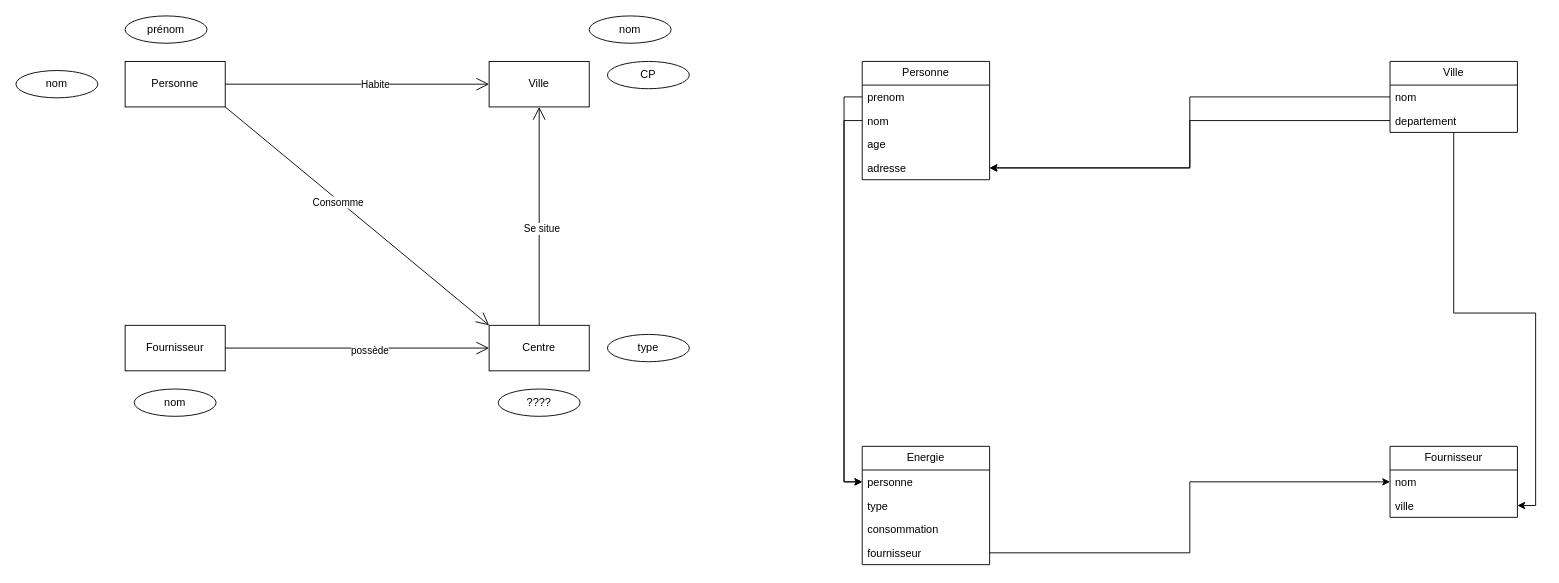
Earlier version of the draw.io diagram Diagramme sans nom.drawio (FlagHunter01/school-database). Source tidied: cells renumbered, new cells numbered last; positions are measured from the earlier drawing's top-left corner, leaving out a move shared by most shapes. Both pictures are drawn from the tidied source at 91%, with x=0, y=0 at pixel (15, 15).
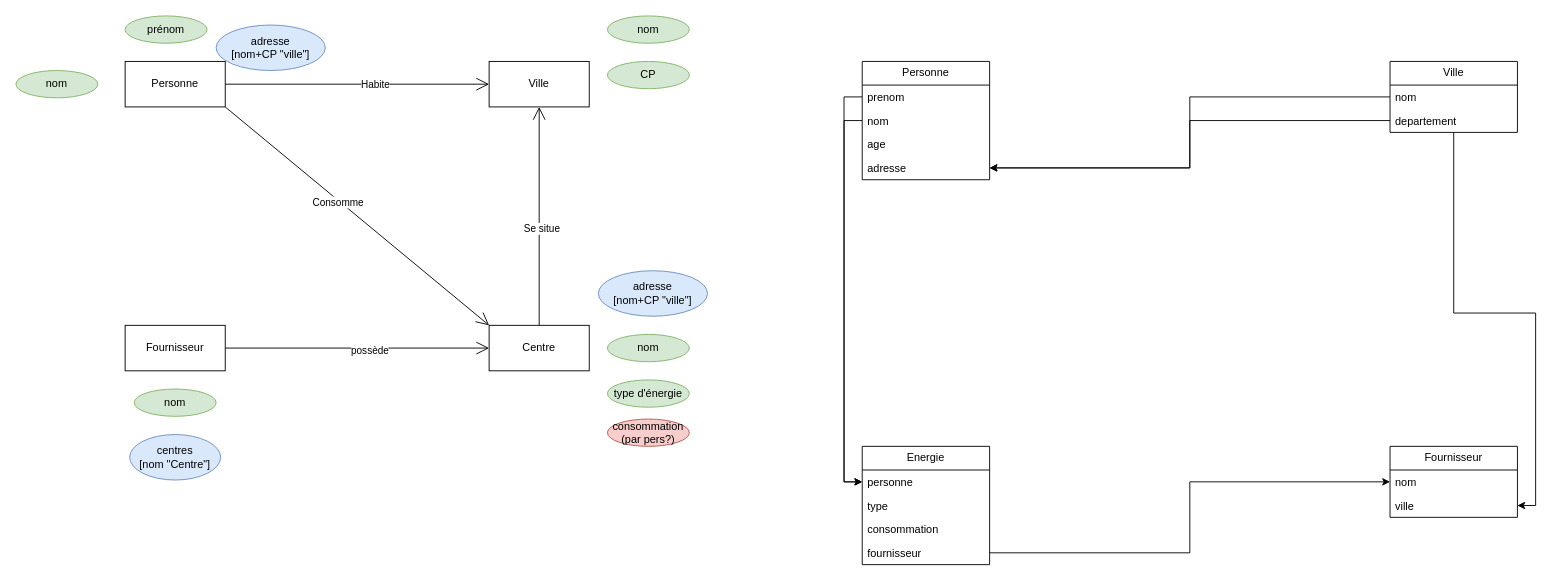
Above is the later version.

Commit message (it also covers changes not shown here):
Mettre à jour Diagramme sans nom.drawio

Change to the diagram source:
```diff
@@
-    <mxCell id="36" value="prénom" style="ellipse;whiteSpace=wrap;html=1;" parent="1" vertex="1">
+    <mxCell id="36" value="prénom" style="ellipse;whiteSpace=wrap;html=1;fillColor=#d5e8d4;strokeColor=#82b366;" parent="1" vertex="1">
       <mxGeometry x="120" width="90" height="30" as="geometry" />
     </mxCell>
-    <mxCell id="37" value="nom" style="ellipse;whiteSpace=wrap;html=1;" parent="1" vertex="1">
+    <mxCell id="37" value="nom" style="ellipse;whiteSpace=wrap;html=1;fillColor=#d5e8d4;strokeColor=#82b366;" parent="1" vertex="1">
       <mxGeometry y="60" width="90" height="30" as="geometry" />
     </mxCell>
-    <mxCell id="38" value="????" style="ellipse;whiteSpace=wrap;html=1;" parent="1" vertex="1">
-      <mxGeometry x="530" y="410" width="90" height="30" as="geometry" />
+    <mxCell id="38" value="consommation (par pers?)" style="ellipse;whiteSpace=wrap;html=1;fillColor=#f8cecc;strokeColor=#b85450;" parent="1" vertex="1">
+      <mxGeometry x="650" y="443" width="90" height="30" as="geometry" />
     </mxCell>
-    <mxCell id="39" value="nom" style="ellipse;whiteSpace=wrap;html=1;" parent="1" vertex="1">
+    <mxCell id="39" value="nom" style="ellipse;whiteSpace=wrap;html=1;fillColor=#d5e8d4;strokeColor=#82b366;" parent="1" vertex="1">
       <mxGeometry x="130" y="410" width="90" height="30" as="geometry" />
     </mxCell>
-    <mxCell id="40" value="type" style="ellipse;whiteSpace=wrap;html=1;" parent="1" vertex="1">
-      <mxGeometry x="650" y="350" width="90" height="30" as="geometry" />
+    <mxCell id="40" value="type d'énergie" style="ellipse;whiteSpace=wrap;html=1;fillColor=#d5e8d4;strokeColor=#82b366;" parent="1" vertex="1">
+      <mxGeometry x="650" y="400" width="90" height="30" as="geometry" />
     </mxCell>
-    <mxCell id="41" value="CP" style="ellipse;whiteSpace=wrap;html=1;" parent="1" vertex="1">
+    <mxCell id="41" value="CP" style="ellipse;whiteSpace=wrap;html=1;fillColor=#d5e8d4;strokeColor=#82b366;" parent="1" vertex="1">
       <mxGeometry x="650" y="50" width="90" height="30" as="geometry" />
     </mxCell>
-    <mxCell id="42" value="nom" style="ellipse;whiteSpace=wrap;html=1;" parent="1" vertex="1">
-      <mxGeometry x="630" width="90" height="30" as="geometry" />
+    <mxCell id="42" value="nom" style="ellipse;whiteSpace=wrap;html=1;fillColor=#d5e8d4;strokeColor=#82b366;" parent="1" vertex="1">
+      <mxGeometry x="650" width="90" height="30" as="geometry" />
     </mxCell>
+    <mxCell id="43" value="nom" style="ellipse;whiteSpace=wrap;html=1;fillColor=#d5e8d4;strokeColor=#82b366;" parent="1" vertex="1">
+      <mxGeometry x="650" y="350" width="90" height="30" as="geometry" />
+    </mxCell>
+    <mxCell id="44" value="&lt;div&gt;adresse&lt;/div&gt;&lt;div&gt;[nom+CP &quot;ville&quot;]&lt;br&gt;&lt;/div&gt;" style="ellipse;whiteSpace=wrap;html=1;fillColor=#dae8fc;strokeColor=#6c8ebf;" parent="1" vertex="1">
+      <mxGeometry x="220" y="10" width="120" height="50" as="geometry" />
+    </mxCell>
+    <mxCell id="45" value="&lt;div&gt;centres&lt;/div&gt;&lt;div&gt;[nom &quot;Centre&quot;]&lt;br&gt;&lt;/div&gt;" style="ellipse;whiteSpace=wrap;html=1;fillColor=#dae8fc;strokeColor=#6c8ebf;" parent="1" vertex="1">
+      <mxGeometry x="125" y="460" width="100" height="50" as="geometry" />
+    </mxCell>
+    <mxCell id="46" value="&lt;div&gt;adresse&lt;/div&gt;&lt;div&gt;[nom+CP &quot;ville&quot;]&lt;br&gt;&lt;/div&gt;" style="ellipse;whiteSpace=wrap;html=1;fillColor=#dae8fc;strokeColor=#6c8ebf;" parent="1" vertex="1">
+      <mxGeometry x="640" y="280" width="120" height="50" as="geometry" />
+    </mxCell>
```
